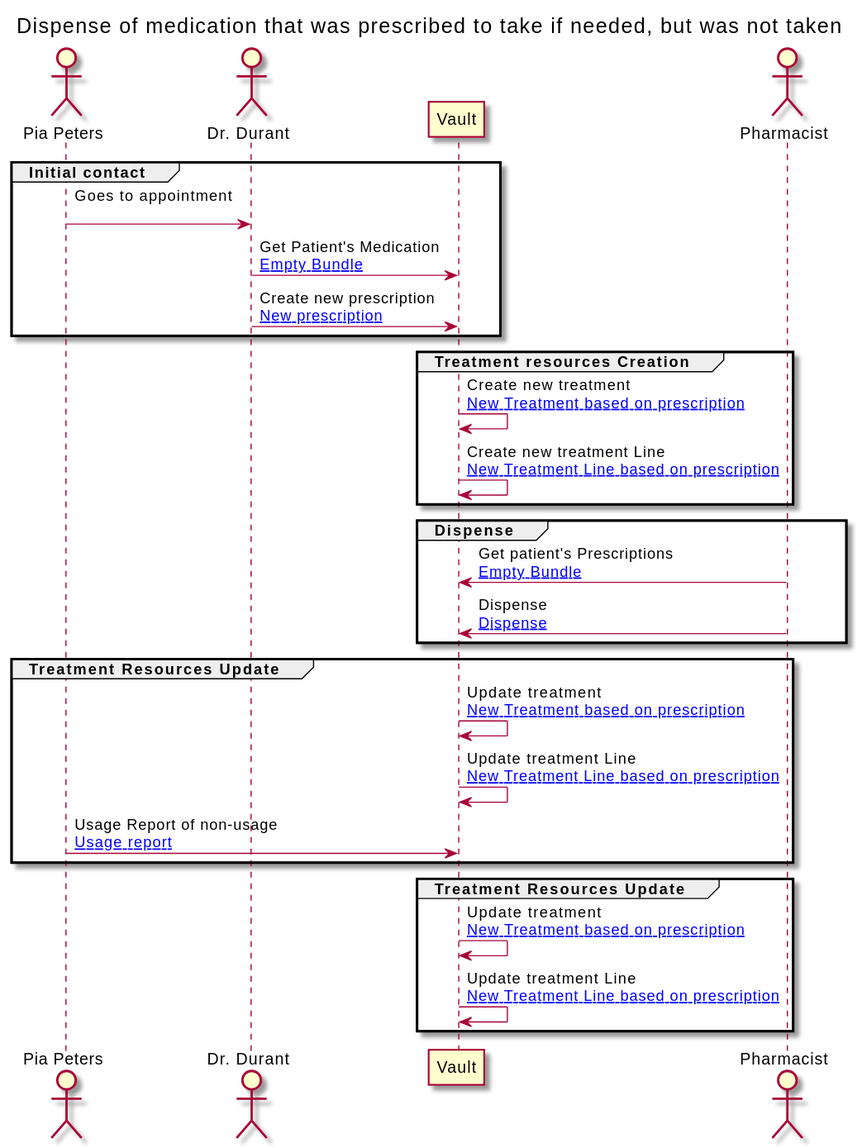
The PlantUML diagram branches/master/ExampleScenario-example-7-scenario.svg in jcostateixeira/riziv-medication-record, before a commit. Its diagram source:
```plantuml
@startuml


Title Dispense of medication that was prescribed to take if needed, but was not taken

actor "Pia Peters" as PATIENT
actor "Dr. Durant" as GP
participant "Vault" as VAULT
actor "Pharmacist" as PHARM






group Initial contact

PATIENT -> GP : Goes to appointment\n
GP -> VAULT : Get Patient's Medication\n[[ExampleScenario-example-7-scenario-resources.html#EB Empty Bundle]]
GP -> VAULT : Create new prescription\n[[ExampleScenario-example-7-scenario-resources.html#7-prescription New prescription]]
end

group Treatment resources Creation

VAULT -> VAULT : Create new treatment\n[[ExampleScenario-example-7-scenario-resources.html#7-treatment New Treatment based on prescription]]
VAULT -> VAULT : Create new treatment Line\n[[ExampleScenario-example-7-scenario-resources.html#7-treatmentLine New Treatment Line based on prescription]]
end

group Dispense

PHARM -> VAULT : Get patient's Prescriptions\n[[ExampleScenario-example-7-scenario-resources.html#EB Empty Bundle]]
PHARM -> VAULT : Dispense\n[[ExampleScenario-example-7-scenario-resources.html#7-dispense Dispense]]
end

group Treatment Resources Update

VAULT -> VAULT : Update treatment\n[[ExampleScenario-example-7-scenario-resources.html#7-treatment New Treatment based on prescription]]
VAULT -> VAULT : Update treatment Line\n[[ExampleScenario-example-7-scenario-resources.html#7-treatmentLine New Treatment Line based on prescription]]
PATIENT -> VAULT : Usage Report of non-usage\n[[ExampleScenario-example-7-scenario-resources.html#7-usage Usage report]]
end

group Treatment Resources Update

VAULT -> VAULT : Update treatment\n[[ExampleScenario-example-7-scenario-resources.html#7-treatment New Treatment based on prescription]]
VAULT -> VAULT : Update treatment Line\n[[ExampleScenario-example-7-scenario-resources.html#7-treatmentLine New Treatment Line based on prescription]]
end


@enduml
```
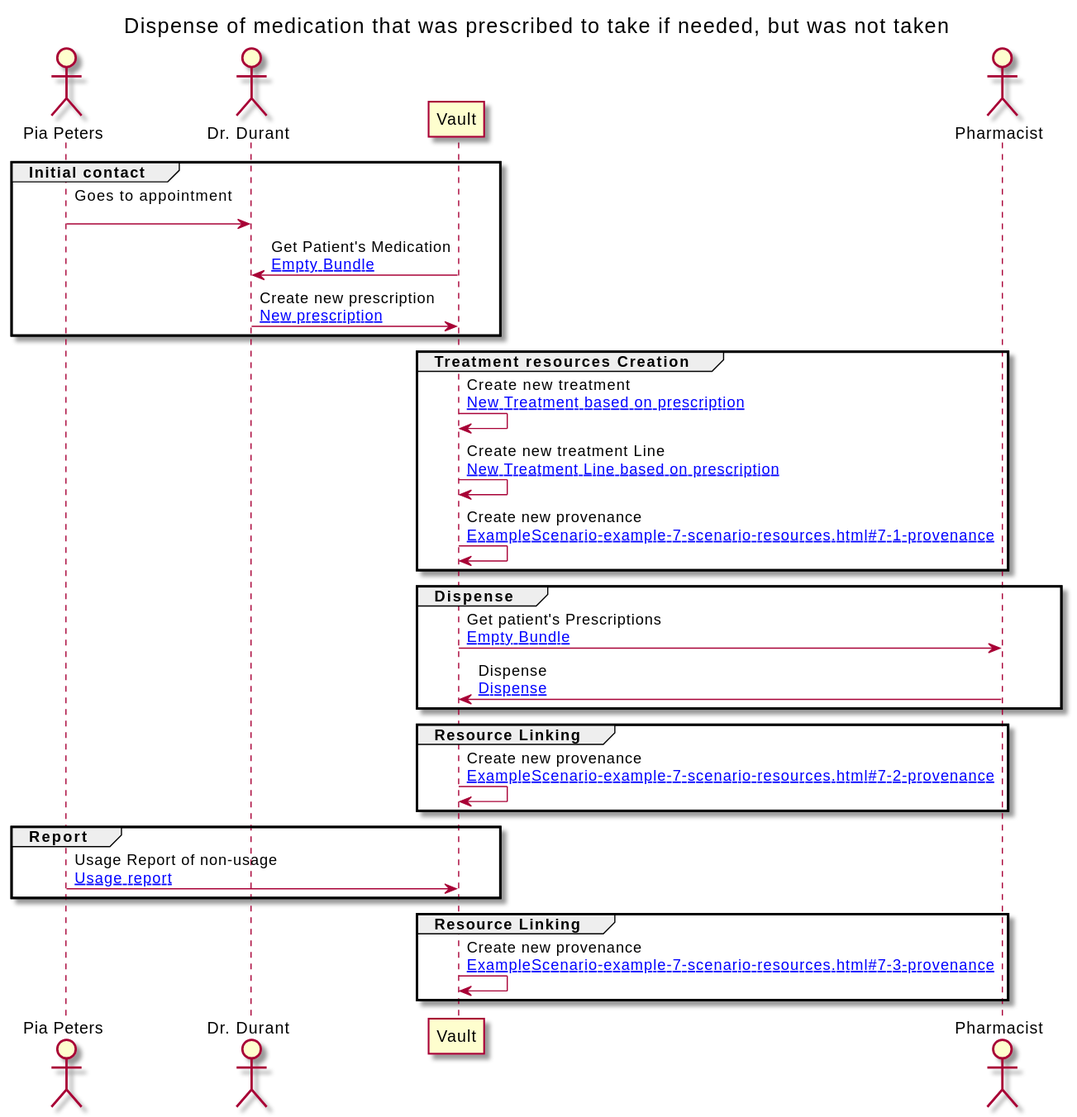
Later version of the same file.

The edit, as a diff of the source:
```diff
@@ -16,7 +16,7 @@
 group Initial contact
 
 PATIENT -> GP : Goes to appointment\n
-GP -> VAULT : Get Patient's Medication\n[[ExampleScenario-example-7-scenario-resources.html#EB Empty Bundle]]
+VAULT -> GP : Get Patient's Medication\n[[ExampleScenario-example-7-scenario-resources.html#EB Empty Bundle]]
 GP -> VAULT : Create new prescription\n[[ExampleScenario-example-7-scenario-resources.html#7-prescription New prescription]]
 end
 
@@ -24,25 +24,28 @@
 
 VAULT -> VAULT : Create new treatment\n[[ExampleScenario-example-7-scenario-resources.html#7-treatment New Treatment based on prescription]]
 VAULT -> VAULT : Create new treatment Line\n[[ExampleScenario-example-7-scenario-resources.html#7-treatmentLine New Treatment Line based on prescription]]
+VAULT -> VAULT : Create new provenance\n[[ExampleScenario-example-7-scenario-resources.html#7-1-provenance ]]
 end
 
 group Dispense
 
-PHARM -> VAULT : Get patient's Prescriptions\n[[ExampleScenario-example-7-scenario-resources.html#EB Empty Bundle]]
+VAULT -> PHARM : Get patient's Prescriptions\n[[ExampleScenario-example-7-scenario-resources.html#EB Empty Bundle]]
 PHARM -> VAULT : Dispense\n[[ExampleScenario-example-7-scenario-resources.html#7-dispense Dispense]]
 end
 
-group Treatment Resources Update
+group Resource Linking
 
-VAULT -> VAULT : Update treatment\n[[ExampleScenario-example-7-scenario-resources.html#7-treatment New Treatment based on prescription]]
-VAULT -> VAULT : Update treatment Line\n[[ExampleScenario-example-7-scenario-resources.html#7-treatmentLine New Treatment Line based on prescription]]
+VAULT -> VAULT : Create new provenance\n[[ExampleScenario-example-7-scenario-resources.html#7-2-provenance ]]
+end
+
+group Report
+
 PATIENT -> VAULT : Usage Report of non-usage\n[[ExampleScenario-example-7-scenario-resources.html#7-usage Usage report]]
 end
 
-group Treatment Resources Update
+group Resource Linking
 
-VAULT -> VAULT : Update treatment\n[[ExampleScenario-example-7-scenario-resources.html#7-treatment New Treatment based on prescription]]
-VAULT -> VAULT : Update treatment Line\n[[ExampleScenario-example-7-scenario-resources.html#7-treatmentLine New Treatment Line based on prescription]]
+VAULT -> VAULT : Create new provenance\n[[ExampleScenario-example-7-scenario-resources.html#7-3-provenance ]]
 end
 
 
```
